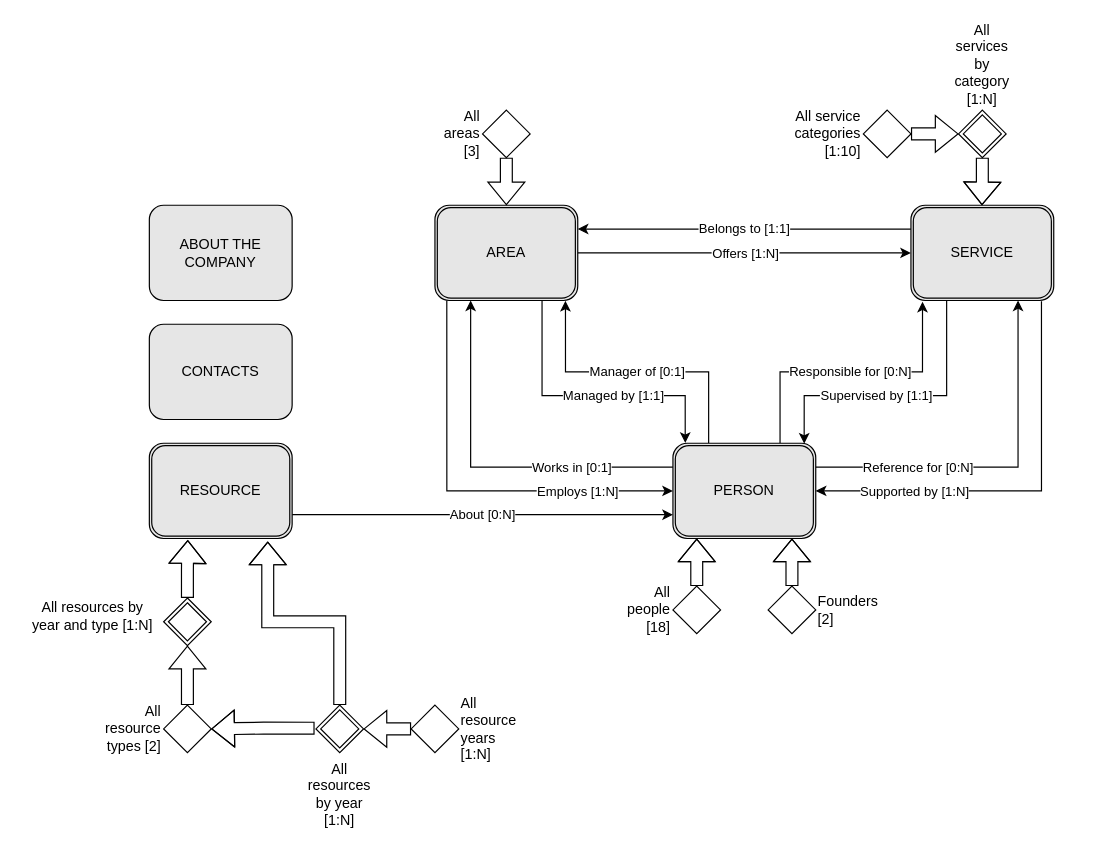
Before: page "Content Large" (1 of 5) of models.drawio in lorenzofratus/secure-network-rebrand, a draw.io diagram. Source tidied: cells renumbered, new cells numbered last; positions are measured from the earlier drawing's top-left corner, leaving out a move shared by most shapes. Both pictures are drawn from the tidied source at 119%, with x=0, y=0 at pixel (20, 109).
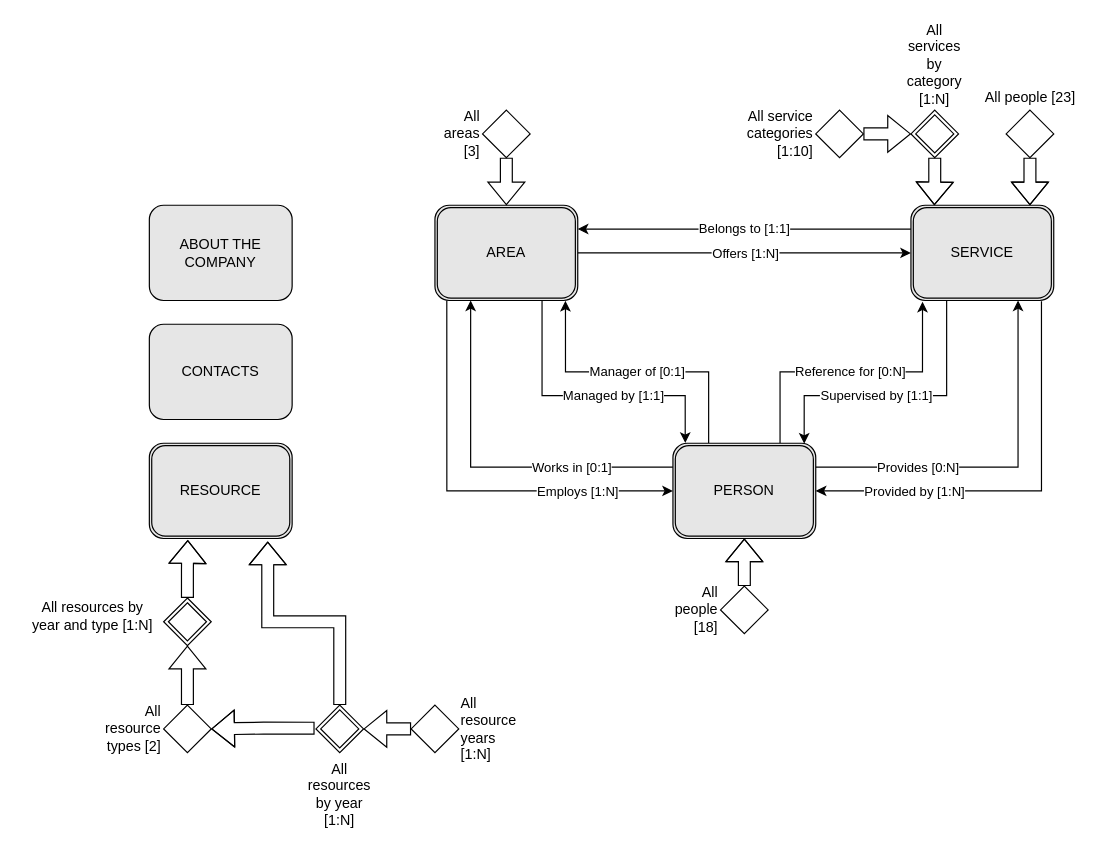
The same page after the edit.

The change refers to these unchanged cells:
```xml
<mxCell id="10" style="edgeStyle=orthogonalEdgeStyle;rounded=0;jettySize=auto;html=1;exitX=0.914;exitY=1.008;exitDx=0;exitDy=0;entryX=1;entryY=0.5;entryDx=0;entryDy=0;exitPerimeter=0;" parent="1" edge="1" source="12" target="19">
  <mxGeometry relative="1" as="geometry" />
</mxCell>
<mxCell id="12" value="SERVICE" style="shape=ext;rounded=1;html=1;whiteSpace=wrap;double=1;fillColor=#E6E6E6;" parent="1" vertex="1">
  <mxGeometry x="748" y="80" width="120" height="80" as="geometry" />
</mxCell>
<mxCell id="17" style="edgeStyle=orthogonalEdgeStyle;rounded=0;jettySize=auto;html=1;exitX=1;exitY=0.25;exitDx=0;exitDy=0;entryX=0.75;entryY=1;entryDx=0;entryDy=0;" parent="1" edge="1" source="19" target="12">
  <mxGeometry relative="1" as="geometry" />
</mxCell>
<mxCell id="19" value="PERSON" style="shape=ext;rounded=1;html=1;whiteSpace=wrap;double=1;fillColor=#E6E6E6;" parent="1" vertex="1">
  <mxGeometry x="548" y="280" width="120" height="80" as="geometry" />
</mxCell>
<mxCell id="33" value="RESOURCE" style="shape=ext;rounded=1;html=1;whiteSpace=wrap;double=1;fillColor=#E6E6E6;" parent="1" vertex="1">
  <mxGeometry x="108" y="280" width="120" height="80" as="geometry" />
</mxCell>
```

The edit, as a diff of the source:
```diff
@@
-    <mxCell id="11" value="Supported by [1:N]" style="edgeLabel;html=1;align=center;verticalAlign=middle;" parent="10" vertex="1">
+    <mxCell id="11" value="Provided by [1:N]" style="edgeLabel;html=1;align=center;verticalAlign=middle;" parent="10" vertex="1">
       <mxGeometry x="0.61" relative="1" as="geometry">
         <mxPoint x="14.8" as="offset" />
       </mxGeometry>
     </mxCell>
@@
-    <mxCell id="13" value="Responsible for [0:N]" style="edgeStyle=orthogonalEdgeStyle;rounded=0;jettySize=auto;html=1;exitX=0.75;exitY=0;exitDx=0;exitDy=0;entryX=0.081;entryY=1.013;entryDx=0;entryDy=0;entryPerimeter=0;" parent="1" edge="1" source="19" target="12">
+    <mxCell id="13" value="Reference for [0:N]" style="edgeStyle=orthogonalEdgeStyle;rounded=0;jettySize=auto;html=1;exitX=0.75;exitY=0;exitDx=0;exitDy=0;entryX=0.081;entryY=1.013;entryDx=0;entryDy=0;entryPerimeter=0;" parent="1" edge="1" source="19" target="12">
       <mxGeometry relative="1" as="geometry" />
     </mxCell>
@@
-    <mxCell id="18" value="Reference for [0:N]" style="edgeLabel;html=1;align=center;verticalAlign=middle;" parent="17" vertex="1">
+    <mxCell id="18" value="Provides [0:N]" style="edgeLabel;html=1;align=center;verticalAlign=middle;" parent="17" vertex="1">
       <mxGeometry x="-0.58" relative="1" as="geometry">
         <mxPoint x="20.3" as="offset" />
       </mxGeometry>
     </mxCell>
@@
     <mxCell id="24" style="edgeStyle=orthogonalEdgeStyle;shape=flexArrow;rounded=0;jettySize=auto;html=1;exitX=0.5;exitY=1;exitDx=0;exitDy=0;entryX=0.164;entryY=0;entryDx=0;entryDy=0;entryPerimeter=0;sourcePerimeterSpacing=0;endSize=6;targetPerimeterSpacing=0;strokeWidth=1;" parent="1" edge="1" source="25">
       <mxGeometry relative="1" as="geometry">
-        <mxPoint x="807.7" y="80" as="targetPoint" />
+        <mxPoint x="767.7" y="80" as="targetPoint" />
       </mxGeometry>
     </mxCell>
     <mxCell id="25" value="All services by category [1:N]" style="rhombus;double=1;labelPosition=center;verticalLabelPosition=top;align=center;verticalAlign=bottom;whiteSpace=wrap;html=1;" parent="1" vertex="1">
-      <mxGeometry x="788" width="40" height="40" as="geometry" />
+      <mxGeometry x="748" width="40" height="40" as="geometry" />
     </mxCell>
@@
     <mxCell id="27" value="All service categories [1:10]" style="rhombus;whiteSpace=wrap;html=1;labelPosition=left;verticalLabelPosition=middle;align=right;verticalAlign=middle;" parent="1" vertex="1">
-      <mxGeometry x="708" width="40" height="40" as="geometry" />
+      <mxGeometry x="668" width="40" height="40" as="geometry" />
     </mxCell>
     <mxCell id="28" style="edgeStyle=orthogonalEdgeStyle;shape=flexArrow;rounded=0;jettySize=auto;html=1;exitX=0.5;exitY=0;exitDx=0;exitDy=0;sourcePerimeterSpacing=0;endSize=6;targetPerimeterSpacing=0;strokeWidth=1;" parent="1" edge="1" source="29">
       <mxGeometry relative="1" as="geometry">
-        <mxPoint x="568" y="360" as="targetPoint" />
+        <mxPoint x="608" y="360" as="targetPoint" />
       </mxGeometry>
     </mxCell>
     <mxCell id="29" value="All people [18]" style="rhombus;whiteSpace=wrap;html=1;labelPosition=left;verticalLabelPosition=middle;align=right;verticalAlign=middle;" parent="1" vertex="1">
-      <mxGeometry x="548" y="400" width="40" height="40" as="geometry" />
+      <mxGeometry x="588" y="400" width="40" height="40" as="geometry" />
     </mxCell>
-    <mxCell id="30" style="edgeStyle=orthogonalEdgeStyle;shape=flexArrow;rounded=0;jettySize=auto;html=1;exitX=0.5;exitY=0;exitDx=0;exitDy=0;sourcePerimeterSpacing=0;endSize=6;targetPerimeterSpacing=0;strokeWidth=1;entryX=0.75;entryY=1;entryDx=0;entryDy=0;" parent="1" edge="1" source="31">
-      <mxGeometry relative="1" as="geometry">
-        <mxPoint x="648" y="360" as="targetPoint" />
-      </mxGeometry>
-    </mxCell>
-    <mxCell id="31" value="Founders&lt;br&gt;[2]" style="rhombus;whiteSpace=wrap;html=1;labelPosition=right;verticalLabelPosition=middle;align=left;verticalAlign=middle;" parent="1" vertex="1">
-      <mxGeometry x="628" y="400" width="40" height="40" as="geometry" />
-    </mxCell>
-    <mxCell id="32" value="About [0:N]" style="edgeStyle=orthogonalEdgeStyle;rounded=0;jettySize=auto;html=1;exitX=1;exitY=0.75;exitDx=0;exitDy=0;entryX=0;entryY=0.75;entryDx=0;entryDy=0;fontSize=11;" parent="1" edge="1" source="33" target="19">
-      <mxGeometry relative="1" as="geometry" />
-    </mxCell>
@@
+    <mxCell id="44" style="rhombus;whiteSpace=wrap;html=1;labelPosition=left;verticalLabelPosition=middle;align=right;verticalAlign=middle;" parent="1" vertex="1">
+      <mxGeometry x="828" width="40" height="40" as="geometry" />
+    </mxCell>
+    <mxCell id="45" style="edgeStyle=orthogonalEdgeStyle;shape=flexArrow;rounded=0;orthogonalLoop=1;jettySize=auto;html=1;exitX=0.5;exitY=1;exitDx=0;exitDy=0;entryX=0.5;entryY=0;entryDx=0;entryDy=0;sourcePerimeterSpacing=0;endSize=6;targetPerimeterSpacing=0;strokeWidth=1;" parent="1" edge="1">
+      <mxGeometry relative="1" as="geometry">
+        <mxPoint x="848" y="40" as="sourcePoint" />
+        <mxPoint x="848" y="80" as="targetPoint" />
+        <Array as="points">
+          <mxPoint x="848" y="50" />
+          <mxPoint x="848" y="50" />
+        </Array>
+      </mxGeometry>
+    </mxCell>
+    <mxCell id="46" value="&lt;span style=&quot;text-align: right&quot;&gt;All people [23]&lt;/span&gt;" style="text;html=1;align=center;verticalAlign=middle;strokeColor=none;" parent="1" vertex="1">
+      <mxGeometry x="803" y="-20" width="90" height="20" as="geometry" />
+    </mxCell>
```
